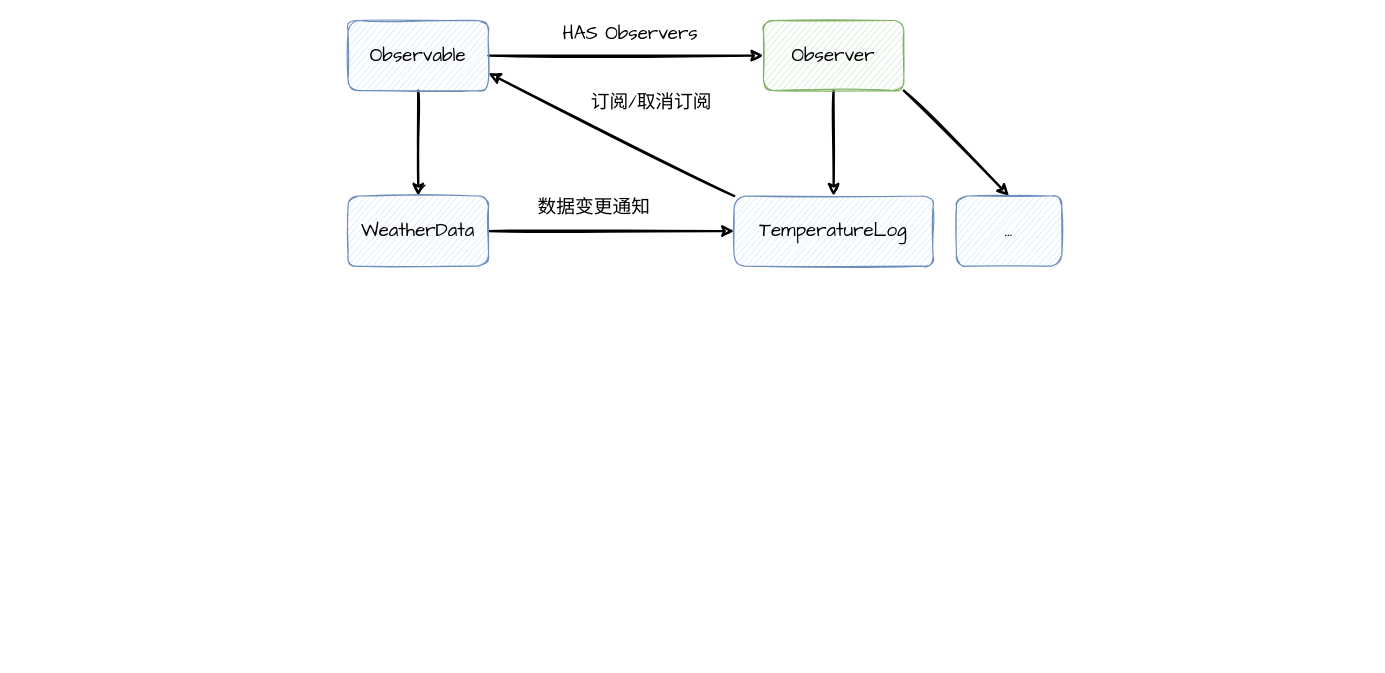
The draw.io diagram page "第 1 页" (1 of 2) of images/观察者模式.drawio in FangYuan33/head-first-design-patterns, before the edit. Source tidied: cells renumbered, new cells numbered last; positions are measured from the earlier drawing's top-left corner, leaving out a move shared by most shapes. Both pictures are drawn from the tidied source at 117%, with x=0, y=0 at pixel (347, 20).
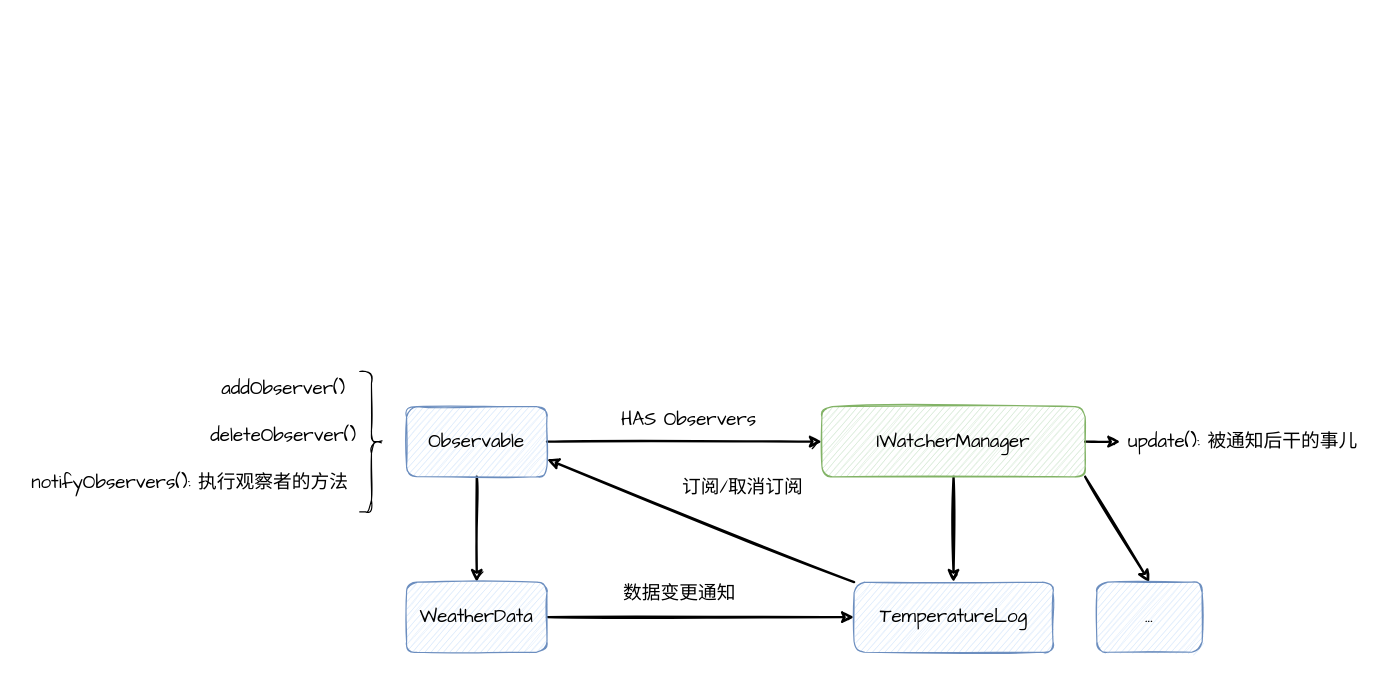
The same page after the edit.

Change to the diagram source:
```diff
@@
-    <mxCell id="3" style="edgeStyle=orthogonalEdgeStyle;rounded=0;sketch=1;jettySize=auto;html=1;strokeWidth=2;fontFamily=Comic Sans MS;fontSize=16;" parent="1" edge="1" source="6" target="10">
-      <mxGeometry relative="1" as="geometry" />
-    </mxCell>
+    <mxCell id="14" style="edgeStyle=orthogonalEdgeStyle;rounded=0;sketch=1;jettySize=auto;html=1;strokeWidth=2;fontFamily=Comic Sans MS;fontSize=16;" parent="1" edge="1" source="6" target="18">
+      <mxGeometry relative="1" as="geometry" />
+    </mxCell>
-    <mxCell id="4" value="HAS Observers" style="edgeLabel;html=1;align=center;verticalAlign=middle;fontSize=16;fontFamily=Comic Sans MS;" parent="3" vertex="1">
+    <mxCell id="4" value="HAS Observers" style="edgeLabel;html=1;align=center;verticalAlign=middle;fontSize=16;fontFamily=Comic Sans MS;" parent="14" vertex="1">
       <mxGeometry x="0.16" y="4" relative="1" as="geometry">
         <mxPoint x="-16" y="-16" as="offset" />
       </mxGeometry>
     </mxCell>
@@
     <mxCell id="6" value="&lt;font style=&quot;font-size: 16px;&quot;&gt;Observable&lt;/font&gt;" style="rounded=1;whiteSpace=wrap;html=1;fillColor=#dae8fc;strokeColor=#6c8ebf;sketch=1;fontFamily=Comic Sans MS;" parent="1" vertex="1">
-      <mxGeometry width="120" height="60" as="geometry" />
+      <mxGeometry x="50" y="330" width="120" height="60" as="geometry" />
     </mxCell>
     <mxCell id="7" value="&lt;span style=&quot;font-size: 16px;&quot;&gt;WeatherData&lt;/span&gt;" style="rounded=1;whiteSpace=wrap;html=1;fillColor=#dae8fc;strokeColor=#6c8ebf;sketch=1;fontFamily=Comic Sans MS;" parent="1" vertex="1">
-      <mxGeometry y="150" width="120" height="60" as="geometry" />
+      <mxGeometry x="50" y="480" width="120" height="60" as="geometry" />
     </mxCell>
-    <mxCell id="8" style="edgeStyle=orthogonalEdgeStyle;rounded=0;sketch=1;jettySize=auto;html=1;strokeWidth=2;fontFamily=Comic Sans MS;fontSize=16;" parent="1" edge="1" source="10" target="12">
-      <mxGeometry relative="1" as="geometry" />
-    </mxCell>
-    <mxCell id="9" style="edgeStyle=none;rounded=0;sketch=1;jettySize=auto;html=1;exitX=1;exitY=1;exitDx=0;exitDy=0;entryX=0.5;entryY=0;entryDx=0;entryDy=0;strokeWidth=2;fontFamily=Comic Sans MS;fontSize=16;" parent="1" edge="1" source="10" target="13">
-      <mxGeometry relative="1" as="geometry" />
-    </mxCell>
-    <mxCell id="10" value="&lt;font style=&quot;font-size: 16px;&quot;&gt;Observer&lt;/font&gt;" style="rounded=1;whiteSpace=wrap;html=1;fillColor=#d5e8d4;strokeColor=#82b366;sketch=1;fontFamily=Comic Sans MS;" parent="1" vertex="1">
-      <mxGeometry x="355" width="120" height="60" as="geometry" />
-    </mxCell>
+    <mxCell id="15" style="edgeStyle=orthogonalEdgeStyle;rounded=0;sketch=1;jettySize=auto;html=1;strokeWidth=2;fontFamily=Comic Sans MS;fontSize=16;" parent="1" edge="1" source="18" target="12">
+      <mxGeometry relative="1" as="geometry" />
+    </mxCell>
+    <mxCell id="16" style="edgeStyle=none;rounded=0;sketch=1;jettySize=auto;html=1;exitX=1;exitY=1;exitDx=0;exitDy=0;entryX=0.5;entryY=0;entryDx=0;entryDy=0;strokeWidth=2;fontFamily=Comic Sans MS;fontSize=16;" parent="1" edge="1" source="18" target="13">
+      <mxGeometry relative="1" as="geometry" />
+    </mxCell>
+    <mxCell id="17" style="edgeStyle=none;rounded=0;sketch=1;jettySize=auto;html=1;strokeWidth=2;fontFamily=Comic Sans MS;fontSize=16;" parent="1" edge="1" source="18" target="23">
+      <mxGeometry relative="1" as="geometry" />
+    </mxCell>
+    <mxCell id="18" value="&lt;span style=&quot;font-size: 16px;&quot;&gt;IWatcherManager&lt;/span&gt;" style="rounded=1;whiteSpace=wrap;html=1;fillColor=#d5e8d4;strokeColor=#82b366;sketch=1;fontFamily=Comic Sans MS;" parent="1" vertex="1">
+      <mxGeometry x="405" y="330" width="225" height="60" as="geometry" />
+    </mxCell>
@@
     <mxCell id="12" value="&lt;span style=&quot;font-size: 16px;&quot;&gt;TemperatureLog&lt;/span&gt;" style="rounded=1;whiteSpace=wrap;html=1;fillColor=#dae8fc;strokeColor=#6c8ebf;sketch=1;fontFamily=Comic Sans MS;" parent="1" vertex="1">
-      <mxGeometry x="330" y="150" width="170" height="60" as="geometry" />
+      <mxGeometry x="432.5" y="480" width="170" height="60" as="geometry" />
     </mxCell>
     <mxCell id="13" value="&lt;span style=&quot;font-size: 16px;&quot;&gt;...&lt;/span&gt;" style="rounded=1;whiteSpace=wrap;html=1;fillColor=#dae8fc;strokeColor=#6c8ebf;sketch=1;fontFamily=Comic Sans MS;" parent="1" vertex="1">
-      <mxGeometry x="520" y="150" width="90" height="60" as="geometry" />
+      <mxGeometry x="640" y="480" width="90" height="60" as="geometry" />
     </mxCell>
+    <mxCell id="19" style="shape=curlyBracket;whiteSpace=wrap;html=1;rounded=1;sketch=1;fontFamily=Helvetica;fontSize=16;fontColor=#000000;rotation=-180;" parent="1" vertex="1">
+      <mxGeometry x="10" y="300" width="20" height="120" as="geometry" />
+    </mxCell>
+    <mxCell id="20" value="addObserver()" style="text;html=1;strokeColor=none;fillColor=none;align=center;verticalAlign=middle;whiteSpace=wrap;rounded=0;sketch=1;fontFamily=Comic Sans MS;fontSize=16;" parent="1" vertex="1">
+      <mxGeometry x="-200" y="300" width="290" height="30" as="geometry" />
+    </mxCell>
+    <mxCell id="21" value="deleteObserver()" style="text;html=1;strokeColor=none;fillColor=none;align=center;verticalAlign=middle;whiteSpace=wrap;rounded=0;sketch=1;fontFamily=Comic Sans MS;fontSize=16;" parent="1" vertex="1">
+      <mxGeometry x="-200" y="340" width="290" height="30" as="geometry" />
+    </mxCell>
+    <mxCell id="22" value="notifyObservers(): 执行观察者的方法" style="text;html=1;strokeColor=none;fillColor=none;align=center;verticalAlign=middle;whiteSpace=wrap;rounded=0;sketch=1;fontFamily=Comic Sans MS;fontSize=16;" parent="1" vertex="1">
+      <mxGeometry x="-280" y="380" width="290" height="30" as="geometry" />
+    </mxCell>
+    <mxCell id="23" value="update(): 被通知后干的事儿" style="text;html=1;strokeColor=none;fillColor=none;align=center;verticalAlign=middle;whiteSpace=wrap;rounded=0;sketch=1;fontFamily=Comic Sans MS;fontSize=16;" parent="1" vertex="1">
+      <mxGeometry x="660" y="345" width="210" height="30" as="geometry" />
+    </mxCell>
```
